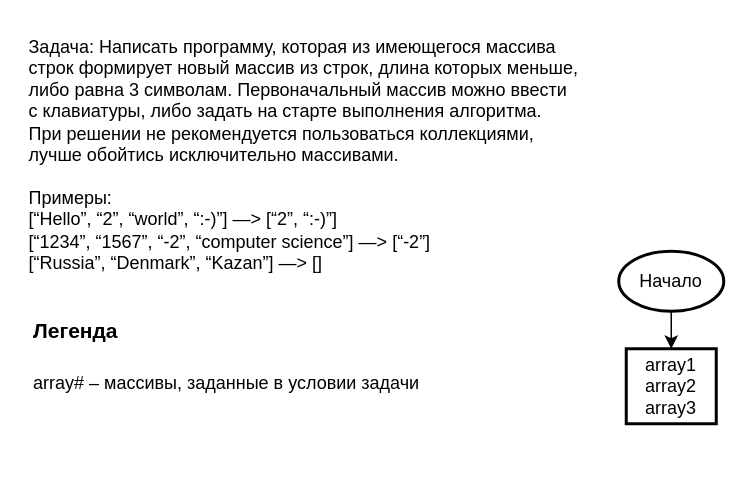
Earlier version of the draw.io diagram block-diagram for test.drawio (Bezbashenyyi/test). Source tidied: cells renumbered, new cells numbered last; positions are measured from the earlier drawing's top-left corner, leaving out a move shared by most shapes. Both pictures are drawn from the tidied source at 150%, with x=0, y=0 at pixel (26, 26).
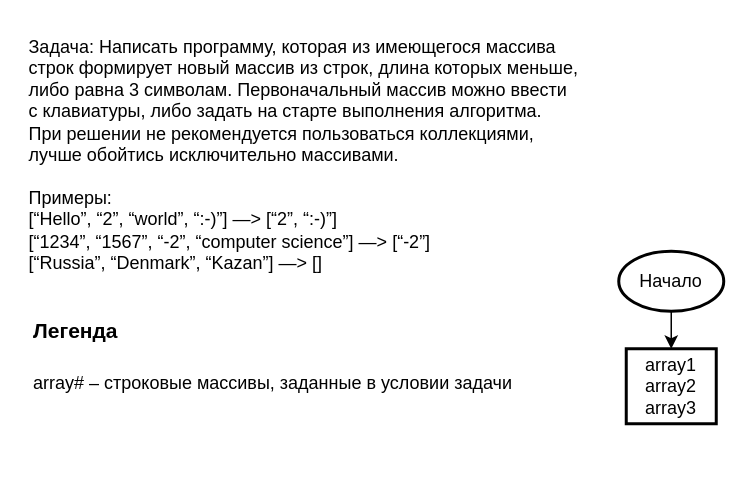
Above is the later version.

What changed in the source:
```diff
@@
 <mxGraphModel>
   <root>
     <mxCell id="0" />
     <mxCell id="1" parent="0" />
     <mxCell id="2" value="Задача: Написать программу, которая из имеющегося массива&#10;строк формирует новый массив из строк, длина которых меньше,&#10;либо равна 3 символам. Первоначальный массив можно ввести&#10;с клавиатуры, либо задать на старте выполнения алгоритма.&#10;При решении не рекомендуется пользоваться коллекциями,&#10;лучше обойтись исключительно массивами.&#10;&#10;Примеры:&#10;[“Hello”, “2”, “world”, “:-)”] —&gt; [“2”, “:-)”]&#10;[“1234”, “1567”, “-2”, “computer science”] —&gt; [“-2”]&#10;[“Russia”, “Denmark”, “Kazan”] —&gt; []" style="text;whiteSpace=wrap;" parent="1" vertex="1">
       <mxGeometry width="370" height="170" as="geometry" />
     </mxCell>
     <mxCell id="3" style="edgeStyle=orthogonalEdgeStyle;rounded=0;jettySize=auto;html=1;exitX=0.5;exitY=1;exitDx=0;exitDy=0;exitPerimeter=0;entryX=0.5;entryY=0;entryDx=0;entryDy=0;" parent="1" edge="1" source="4" target="6">
       <mxGeometry relative="1" as="geometry" />
     </mxCell>
     <mxCell id="4" value="Начало" style="strokeWidth=2;html=1;shape=mxgraph.flowchart.start_1;whiteSpace=wrap;" parent="1" vertex="1">
       <mxGeometry x="395" y="150" width="70" height="40" as="geometry" />
     </mxCell>
-    <mxCell id="5" value="&lt;h1&gt;&lt;font style=&quot;font-size: 14px;&quot;&gt;Легенда&lt;/font&gt;&lt;/h1&gt;&lt;p&gt;array# – массивы, заданные в условии задачи&lt;/p&gt;" style="text;html=1;strokeColor=none;fillColor=none;spacing=5;spacingTop=-20;whiteSpace=wrap;overflow=hidden;rounded=0;" parent="1" vertex="1">
-      <mxGeometry y="180" width="270" height="120" as="geometry" />
+    <mxCell id="5" value="&lt;h1&gt;&lt;font style=&quot;font-size: 14px;&quot;&gt;Легенда&lt;/font&gt;&lt;/h1&gt;&lt;p&gt;array# – строковые массивы, заданные в условии задачи&lt;/p&gt;" style="text;html=1;strokeColor=none;fillColor=none;spacing=5;spacingTop=-20;whiteSpace=wrap;overflow=hidden;rounded=0;" parent="1" vertex="1">
+      <mxGeometry y="180" width="330" height="120" as="geometry" />
     </mxCell>
     <mxCell id="6" value="array1&lt;br&gt;array2&lt;br&gt;array3" style="rounded=1;whiteSpace=wrap;html=1;absoluteArcSize=1;arcSize=0;strokeWidth=2;" parent="1" vertex="1">
       <mxGeometry x="400" y="215" width="60" height="50" as="geometry" />
     </mxCell>
   </root>
 </mxGraphModel>
```
